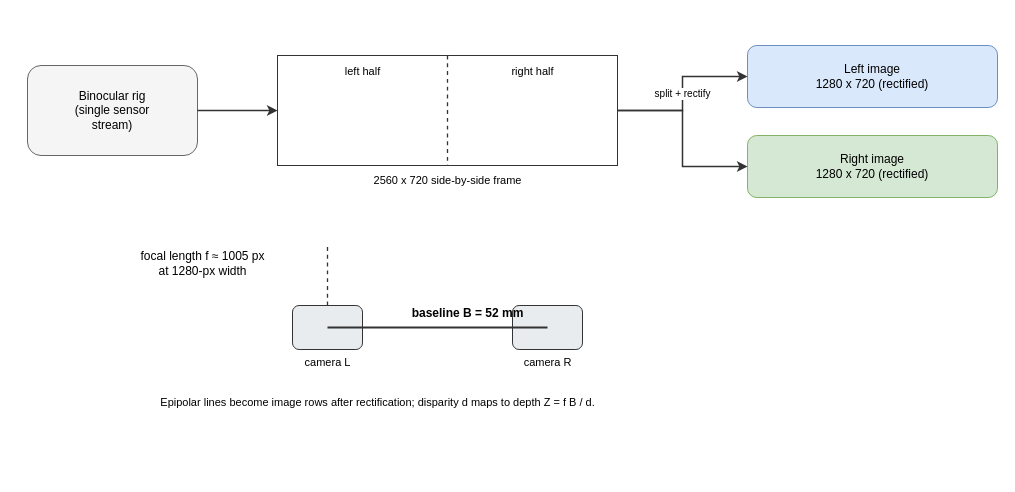
abrar-nazib/StereoLite keeps this draw.io diagram as thesis/book/figures/fig_5_2_rig.drawio. Above is the earlier version. Source tidied: cells renumbered, new cells numbered last; positions are measured from the earlier drawing's top-left corner, leaving out a move shared by most shapes. Both pictures are drawn from the tidied source at 100%, with x=0, y=0 at pixel (27, 45).
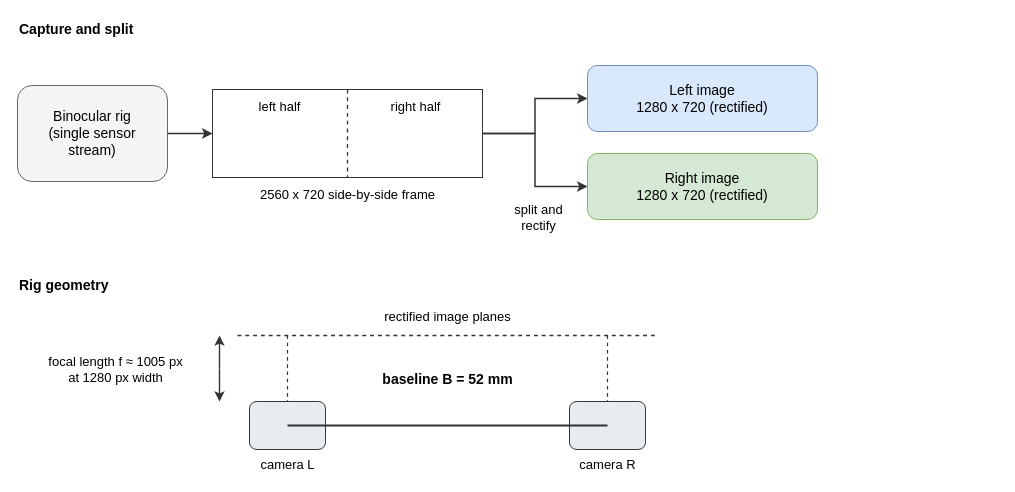
Above is the later version.

Diff of the diagram source:
```diff
@@
-    <mxCell id="2" value="Binocular rig&lt;br&gt;(single sensor&lt;br&gt;stream)" style="rounded=1;whiteSpace=wrap;html=1;fillColor=#f5f5f5;strokeColor=#666666;fontSize=12;align=center;" parent="1" vertex="1">
-      <mxGeometry y="20" width="170" height="90" as="geometry" />
+    <mxCell id="2" value="Capture and split" style="text;html=1;align=left;verticalAlign=middle;fontSize=14;fontStyle=1;fontColor=#000000;" parent="1" vertex="1">
+      <mxGeometry x="-10" y="-28" width="320" height="24" as="geometry" />
     </mxCell>
-    <mxCell id="3" style="rounded=0;whiteSpace=wrap;html=1;fillColor=#ffffff;strokeColor=#333333;fontSize=11;align=center;" parent="1" vertex="1">
-      <mxGeometry x="250" y="10" width="340" height="110" as="geometry" />
+    <mxCell id="3" value="Binocular rig&lt;br&gt;(single sensor&lt;br&gt;stream)" style="rounded=1;whiteSpace=wrap;html=1;fillColor=#f5f5f5;strokeColor=#666666;fontSize=14;align=center;" parent="1" vertex="1">
+      <mxGeometry x="-10" y="40" width="150" height="96" as="geometry" />
     </mxCell>
-    <mxCell id="4" style="edgeStyle=orthogonalEdgeStyle;rounded=0;html=1;jettySize=auto;strokeColor=#333333;strokeWidth=1.5;fontSize=10;" parent="1" edge="1" source="2" target="3">
-      <mxGeometry relative="1" as="geometry" />
+    <mxCell id="4" style="rounded=0;whiteSpace=wrap;html=1;fillColor=#ffffff;strokeColor=#333333;fontSize=11;align=center;" parent="1" vertex="1">
+      <mxGeometry x="185" y="44" width="270" height="88" as="geometry" />
     </mxCell>
-    <mxCell id="5" style="html=1;strokeColor=#333333;strokeWidth=1.3;endArrow=none;dashed=1;" parent="1" edge="1">
-      <mxGeometry relative="1" as="geometry">
-        <mxPoint x="420" y="10" as="sourcePoint" />
-        <mxPoint x="420" y="120" as="targetPoint" />
-      </mxGeometry>
+    <mxCell id="5" style="edgeStyle=orthogonalEdgeStyle;rounded=0;html=1;jettySize=auto;strokeColor=#333333;strokeWidth=1.5;fontSize=10;" parent="1" edge="1" source="3" target="4">
+      <mxGeometry relative="1" as="geometry" />
     </mxCell>
-    <mxCell id="6" value="left half" style="text;html=1;align=center;verticalAlign=middle;fontSize=11;fontColor=#000000;" parent="1" vertex="1">
-      <mxGeometry x="260" y="16" width="150" height="20" as="geometry" />
+    <mxCell id="6" style="html=1;strokeColor=#333333;strokeWidth=1.3;endArrow=none;dashed=1;" parent="1" edge="1">
+      <mxGeometry relative="1" as="geometry">
+        <mxPoint x="320" y="44" as="sourcePoint" />
+        <mxPoint x="320" y="132" as="targetPoint" />
+      </mxGeometry>
     </mxCell>
-    <mxCell id="7" value="right half" style="text;html=1;align=center;verticalAlign=middle;fontSize=11;fontColor=#000000;" parent="1" vertex="1">
-      <mxGeometry x="430" y="16" width="150" height="20" as="geometry" />
+    <mxCell id="7" value="left half" style="text;html=1;align=center;verticalAlign=middle;fontSize=13;fontColor=#000000;" parent="1" vertex="1">
+      <mxGeometry x="188" y="50" width="128" height="22" as="geometry" />
     </mxCell>
-    <mxCell id="8" value="2560 x 720 side-by-side frame" style="text;html=1;align=center;verticalAlign=middle;fontSize=11;fontColor=#000000;" parent="1" vertex="1">
-      <mxGeometry x="250" y="125" width="340" height="20" as="geometry" />
+    <mxCell id="8" value="right half" style="text;html=1;align=center;verticalAlign=middle;fontSize=13;fontColor=#000000;" parent="1" vertex="1">
+      <mxGeometry x="324" y="50" width="128" height="22" as="geometry" />
     </mxCell>
-    <mxCell id="9" value="Left image&lt;br&gt;1280 x 720 (rectified)" style="rounded=1;whiteSpace=wrap;html=1;fillColor=#dae8fc;strokeColor=#6c8ebf;fontSize=12;align=center;" parent="1" vertex="1">
-      <mxGeometry x="720" width="250" height="62" as="geometry" />
+    <mxCell id="9" value="2560 x 720 side-by-side frame" style="text;html=1;align=center;verticalAlign=middle;fontSize=13;fontColor=#000000;" parent="1" vertex="1">
+      <mxGeometry x="185" y="138" width="270" height="22" as="geometry" />
     </mxCell>
-    <mxCell id="10" value="Right image&lt;br&gt;1280 x 720 (rectified)" style="rounded=1;whiteSpace=wrap;html=1;fillColor=#d5e8d4;strokeColor=#82b366;fontSize=12;align=center;" parent="1" vertex="1">
-      <mxGeometry x="720" y="90" width="250" height="62" as="geometry" />
+    <mxCell id="10" value="Left image&lt;br&gt;1280 x 720 (rectified)" style="rounded=1;whiteSpace=wrap;html=1;fillColor=#dae8fc;strokeColor=#6c8ebf;fontSize=14;align=center;" parent="1" vertex="1">
+      <mxGeometry x="560" y="20" width="230" height="66" as="geometry" />
     </mxCell>
-    <mxCell id="11" value="split + rectify" style="edgeStyle=orthogonalEdgeStyle;rounded=0;html=1;jettySize=auto;strokeColor=#333333;strokeWidth=1.5;fontSize=10;" parent="1" edge="1" source="3" target="9">
-      <mxGeometry relative="1" as="geometry" />
+    <mxCell id="11" value="Right image&lt;br&gt;1280 x 720 (rectified)" style="rounded=1;whiteSpace=wrap;html=1;fillColor=#d5e8d4;strokeColor=#82b366;fontSize=14;align=center;" parent="1" vertex="1">
+      <mxGeometry x="560" y="108" width="230" height="66" as="geometry" />
     </mxCell>
-    <mxCell id="12" style="edgeStyle=orthogonalEdgeStyle;rounded=0;html=1;jettySize=auto;strokeColor=#333333;strokeWidth=1.5;fontSize=10;" parent="1" edge="1" source="3" target="10">
+    <mxCell id="12" style="edgeStyle=orthogonalEdgeStyle;rounded=0;html=1;jettySize=auto;strokeColor=#333333;strokeWidth=1.5;fontSize=10;" parent="1" edge="1" source="4" target="10">
       <mxGeometry relative="1" as="geometry" />
     </mxCell>
-    <mxCell id="13" style="rounded=1;whiteSpace=wrap;html=1;fillColor=#e9ecef;strokeColor=#333333;fontSize=11;align=center;" parent="1" vertex="1">
-      <mxGeometry x="265" y="260" width="70" height="44" as="geometry" />
+    <mxCell id="13" style="edgeStyle=orthogonalEdgeStyle;rounded=0;html=1;jettySize=auto;strokeColor=#333333;strokeWidth=1.5;fontSize=10;" parent="1" edge="1" source="4" target="11">
+      <mxGeometry relative="1" as="geometry" />
     </mxCell>
-    <mxCell id="14" value="camera L" style="text;html=1;align=center;verticalAlign=middle;fontSize=11;fontColor=#000000;" parent="1" vertex="1">
-      <mxGeometry x="255" y="308" width="90" height="18" as="geometry" />
+    <mxCell id="14" value="split and&lt;br&gt;rectify" style="text;html=1;align=center;verticalAlign=middle;fontSize=13;fontColor=#000000;" parent="1" vertex="1">
+      <mxGeometry x="455" y="152" width="112" height="40" as="geometry" />
     </mxCell>
-    <mxCell id="15" style="rounded=1;whiteSpace=wrap;html=1;fillColor=#e9ecef;strokeColor=#333333;fontSize=11;align=center;" parent="1" vertex="1">
-      <mxGeometry x="485" y="260" width="70" height="44" as="geometry" />
+    <mxCell id="15" value="Rig geometry" style="text;html=1;align=left;verticalAlign=middle;fontSize=14;fontStyle=1;fontColor=#000000;" parent="1" vertex="1">
+      <mxGeometry x="-10" y="228" width="320" height="24" as="geometry" />
     </mxCell>
-    <mxCell id="16" value="camera R" style="text;html=1;align=center;verticalAlign=middle;fontSize=11;fontColor=#000000;" parent="1" vertex="1">
-      <mxGeometry x="475" y="308" width="90" height="18" as="geometry" />
+    <mxCell id="16" style="rounded=1;whiteSpace=wrap;html=1;fillColor=#e9ecef;strokeColor=#333333;fontSize=11;align=center;" parent="1" vertex="1">
+      <mxGeometry x="222" y="356" width="76" height="48" as="geometry" />
     </mxCell>
-    <mxCell id="17" style="html=1;strokeColor=#333333;strokeWidth=2;endArrow=none;" parent="1" edge="1">
-      <mxGeometry relative="1" as="geometry">
-        <mxPoint x="300" y="282" as="sourcePoint" />
-        <mxPoint x="520" y="282" as="targetPoint" />
-      </mxGeometry>
+    <mxCell id="17" value="camera L" style="text;html=1;align=center;verticalAlign=middle;fontSize=13;fontColor=#000000;" parent="1" vertex="1">
+      <mxGeometry x="200" y="408" width="120" height="22" as="geometry" />
     </mxCell>
-    <mxCell id="18" value="baseline B = 52 mm" style="text;html=1;align=center;verticalAlign=middle;fontSize=12;fontStyle=1;fontColor=#000000;" parent="1" vertex="1">
-      <mxGeometry x="360" y="258" width="160" height="20" as="geometry" />
+    <mxCell id="18" style="rounded=1;whiteSpace=wrap;html=1;fillColor=#e9ecef;strokeColor=#333333;fontSize=11;align=center;" parent="1" vertex="1">
+      <mxGeometry x="542" y="356" width="76" height="48" as="geometry" />
     </mxCell>
-    <mxCell id="19" style="html=1;strokeColor=#333333;strokeWidth=1.3;endArrow=none;dashed=1;" parent="1" edge="1">
-      <mxGeometry relative="1" as="geometry">
-        <mxPoint x="300" y="260" as="sourcePoint" />
-        <mxPoint x="300" y="200" as="targetPoint" />
-      </mxGeometry>
+    <mxCell id="19" value="camera R" style="text;html=1;align=center;verticalAlign=middle;fontSize=13;fontColor=#000000;" parent="1" vertex="1">
+      <mxGeometry x="520" y="408" width="120" height="22" as="geometry" />
     </mxCell>
-    <mxCell id="20" value="focal length f &amp;#8776; 1005 px&lt;br&gt;at 1280-px width" style="text;html=1;align=center;verticalAlign=middle;fontSize=12;fontColor=#000000;" parent="1" vertex="1">
-      <mxGeometry x="60" y="208" width="230" height="20" as="geometry" />
+    <mxCell id="20" style="html=1;strokeColor=#333333;strokeWidth=2;endArrow=none;" parent="1" edge="1">
+      <mxGeometry relative="1" as="geometry">
+        <mxPoint x="260" y="380" as="sourcePoint" />
+        <mxPoint x="580" y="380" as="targetPoint" />
+      </mxGeometry>
     </mxCell>
-    <mxCell id="21" value="Epipolar lines become image rows after rectification; disparity d maps to depth Z = f B / d." style="text;html=1;align=center;verticalAlign=middle;fontSize=11;fontColor=#000000;" parent="1" vertex="1">
-      <mxGeometry y="345" width="700" height="24" as="geometry" />
+    <mxCell id="21" value="baseline B = 52 mm" style="text;html=1;align=center;verticalAlign=middle;fontSize=14;fontStyle=1;fontColor=#000000;" parent="1" vertex="1">
+      <mxGeometry x="320" y="322" width="200" height="24" as="geometry" />
     </mxCell>
+    <mxCell id="22" style="html=1;strokeColor=#333333;strokeWidth=1.3;endArrow=none;dashed=1;" parent="1" edge="1">
+      <mxGeometry relative="1" as="geometry">
+        <mxPoint x="210" y="290" as="sourcePoint" />
+        <mxPoint x="630" y="290" as="targetPoint" />
+      </mxGeometry>
+    </mxCell>
+    <mxCell id="23" value="rectified image planes" style="text;html=1;align=center;verticalAlign=middle;fontSize=13;fontColor=#000000;" parent="1" vertex="1">
+      <mxGeometry x="210" y="260" width="420" height="22" as="geometry" />
+    </mxCell>
+    <mxCell id="24" style="html=1;strokeColor=#333333;strokeWidth=1.2;endArrow=none;dashed=1;" parent="1" edge="1">
+      <mxGeometry relative="1" as="geometry">
+        <mxPoint x="260" y="290" as="sourcePoint" />
+        <mxPoint x="260" y="356" as="targetPoint" />
+      </mxGeometry>
+    </mxCell>
+    <mxCell id="25" style="html=1;strokeColor=#333333;strokeWidth=1.2;endArrow=none;dashed=1;" parent="1" edge="1">
+      <mxGeometry relative="1" as="geometry">
+        <mxPoint x="580" y="290" as="sourcePoint" />
+        <mxPoint x="580" y="356" as="targetPoint" />
+      </mxGeometry>
+    </mxCell>
+    <mxCell id="26" style="html=1;strokeColor=#333333;strokeWidth=1.4;endArrow=classic;" parent="1" edge="1">
+      <mxGeometry relative="1" as="geometry">
+        <mxPoint x="192" y="323" as="sourcePoint" />
+        <mxPoint x="192" y="290" as="targetPoint" />
+      </mxGeometry>
+    </mxCell>
+    <mxCell id="27" style="html=1;strokeColor=#333333;strokeWidth=1.4;endArrow=classic;" parent="1" edge="1">
+      <mxGeometry relative="1" as="geometry">
+        <mxPoint x="192" y="323" as="sourcePoint" />
+        <mxPoint x="192" y="356" as="targetPoint" />
+      </mxGeometry>
+    </mxCell>
+    <mxCell id="28" value="focal length f &amp;#8776; 1005 px&lt;br&gt;at 1280 px width" style="text;html=1;align=center;verticalAlign=middle;fontSize=13;fontColor=#000000;" parent="1" vertex="1">
+      <mxGeometry x="-6" y="300" width="188" height="48" as="geometry" />
+    </mxCell>
```
